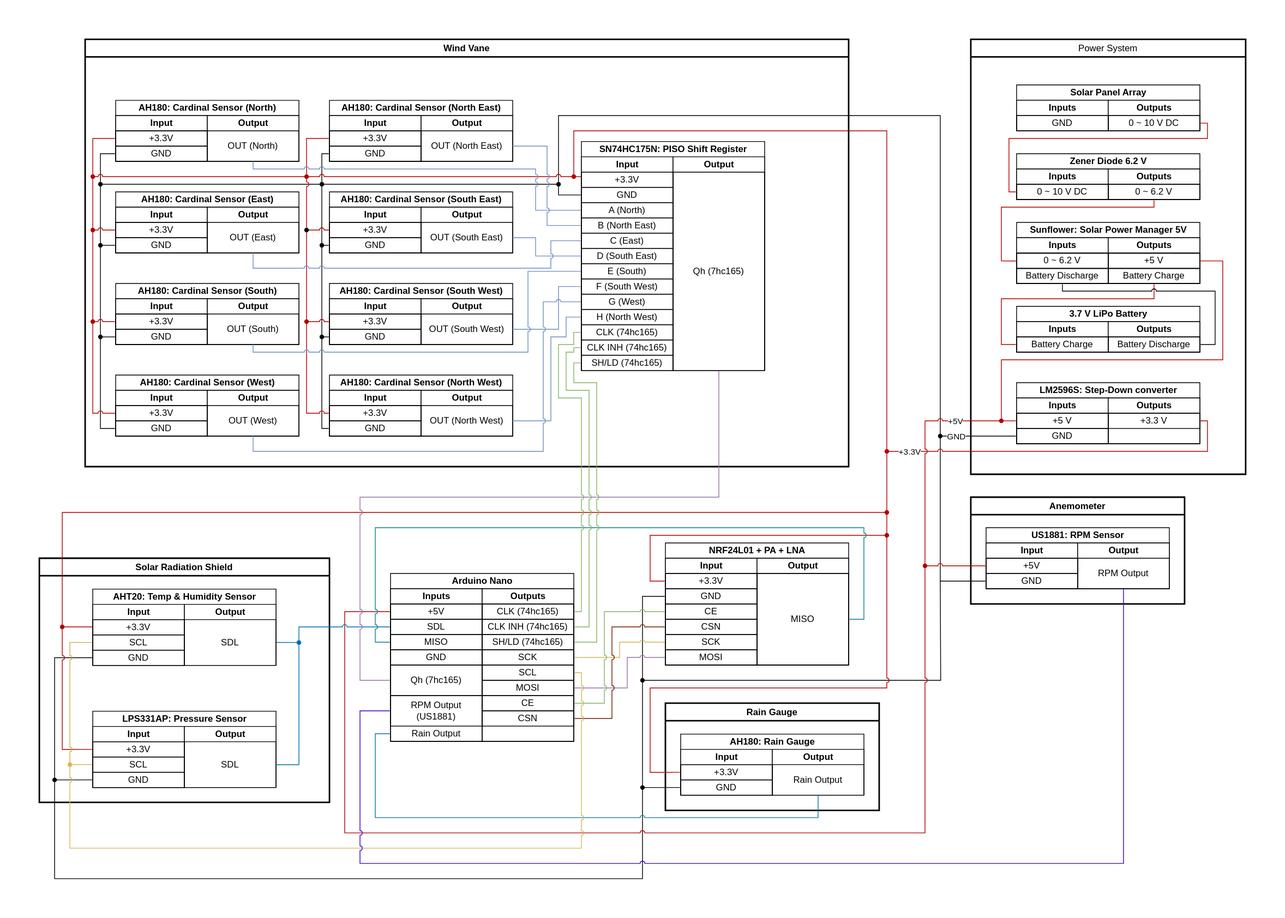
Abdenry/sensorHubProject keeps this draw.io diagram as circuitDiagram.svg. Above is the earlier version. Source tidied: cells renumbered, new cells last; positions are measured from the earlier drawing's top-left corner, leaving out a move shared by most shapes.
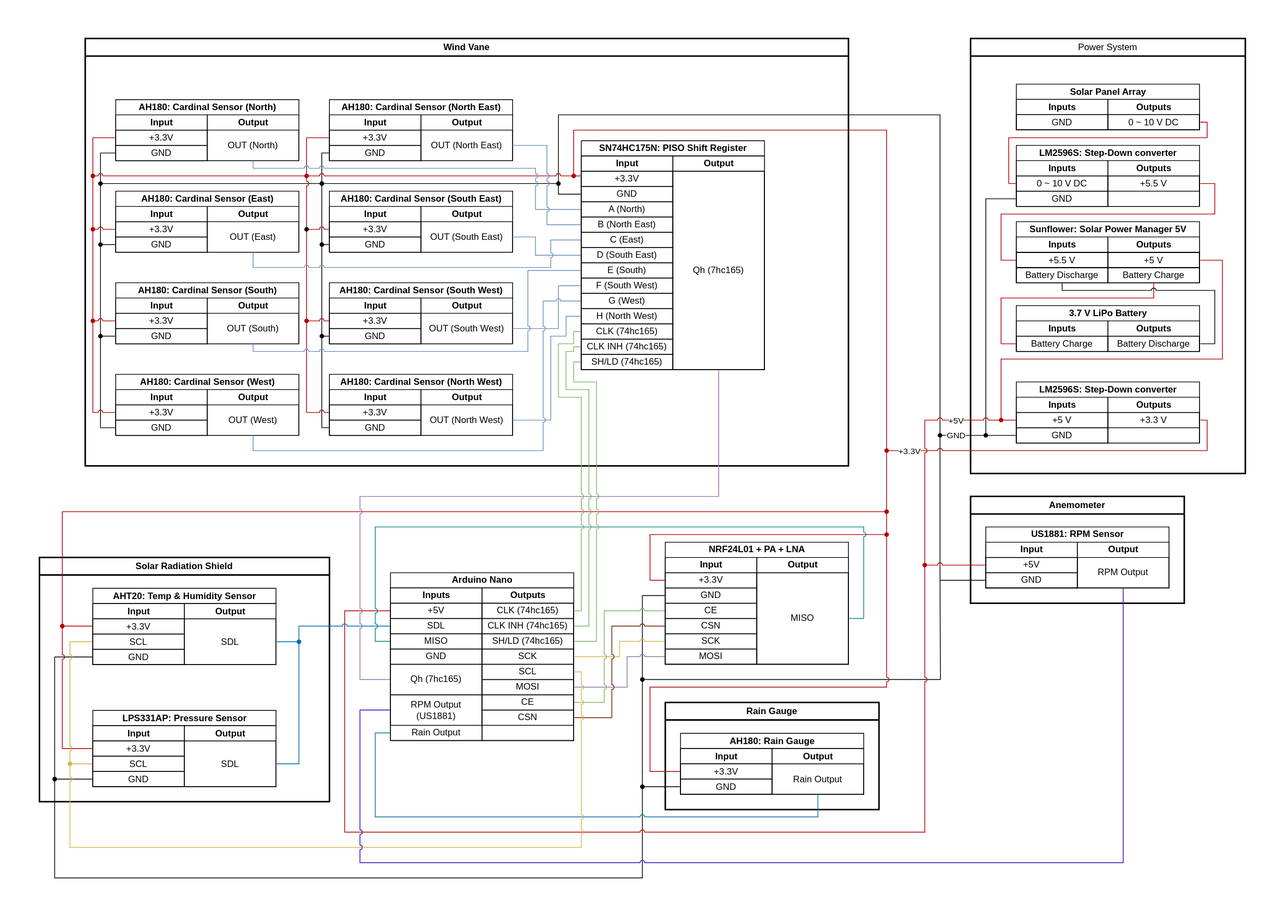
After the change.

What changed in the source:
```diff
@@ -742,7 +742,7 @@
     <mxCell id="197" value="Inputs" style="swimlane;startSize=20;html=1;" parent="196" vertex="1">
       <mxGeometry y="20" width="120" height="60" as="geometry" />
     </mxCell>
-    <mxCell id="198" value="0 ~ 6.2 V" style="text;html=1;align=center;verticalAlign=middle;whiteSpace=wrap;rounded=0;perimeterSpacing=1;strokeColor=default;" parent="197" vertex="1">
+    <mxCell id="198" value="+5.5 V" style="text;html=1;align=center;verticalAlign=middle;whiteSpace=wrap;rounded=0;perimeterSpacing=1;strokeColor=default;" parent="197" vertex="1">
       <mxGeometry y="20.5" width="120" height="20" as="geometry" />
     </mxCell>
     <mxCell id="199" value="Battery Discharge" style="text;html=1;align=center;verticalAlign=middle;whiteSpace=wrap;rounded=0;perimeterSpacing=1;strokeColor=default;" parent="197" vertex="1">
@@ -772,21 +772,6 @@
     <mxCell id="207" value="0 ~ 10 V DC" style="text;html=1;align=center;verticalAlign=middle;whiteSpace=wrap;rounded=0;perimeterSpacing=1;strokeColor=default;" parent="206" vertex="1">
       <mxGeometry y="20" width="120" height="20" as="geometry" />
     </mxCell>
-    <mxCell id="208" value="Zener Diode 6.2 V" style="swimlane;startSize=20;html=1;" parent="195" vertex="1">
-      <mxGeometry x="60" y="150" width="240" height="60" as="geometry" />
-    </mxCell>
-    <mxCell id="209" value="Inputs" style="swimlane;startSize=20;html=1;" parent="208" vertex="1">
-      <mxGeometry y="20" width="120" height="40" as="geometry" />
-    </mxCell>
-    <mxCell id="210" value="0 ~ 10 V DC" style="text;html=1;align=center;verticalAlign=middle;whiteSpace=wrap;rounded=0;perimeterSpacing=1;strokeColor=default;" parent="209" vertex="1">
-      <mxGeometry y="20" width="120" height="20" as="geometry" />
-    </mxCell>
-    <mxCell id="211" value="Outputs" style="swimlane;startSize=20;html=1;" parent="208" vertex="1">
-      <mxGeometry x="120" y="20" width="120" height="40" as="geometry" />
-    </mxCell>
-    <mxCell id="212" value="0 ~ 6.2 V" style="text;html=1;align=center;verticalAlign=middle;whiteSpace=wrap;rounded=0;perimeterSpacing=1;strokeColor=default;" parent="211" vertex="1">
-      <mxGeometry y="20" width="120" height="20" as="geometry" />
-    </mxCell>
     <mxCell id="213" value="LM2596S: Step-Down converter" style="swimlane;startSize=20;html=1;" parent="195" vertex="1">
       <mxGeometry x="60" y="450" width="240" height="80" as="geometry" />
     </mxCell>
@@ -802,9 +787,15 @@
     <mxCell id="217" style="shape=waypoint;sketch=0;fillStyle=solid;size=6;points=[];fillColor=none;perimeter=centerPerimeter;snapToPoint=1;" parent="214" vertex="1">
       <mxGeometry x="-110" y="40" width="20" height="20" as="geometry" />
     </mxCell>
-    <mxCell id="218" style="edgeStyle=orthogonalEdgeStyle;rounded=0;jettySize=auto;html=1;endArrow=none;endFill=0;" parent="214" edge="1" source="216" target="217">
+    <mxCell id="218" style="edgeStyle=orthogonalEdgeStyle;rounded=0;jettySize=auto;html=1;endArrow=none;endFill=0;" parent="214" edge="1" source="267" target="217">
       <mxGeometry relative="1" as="geometry" />
     </mxCell>
+    <mxCell id="267" style="shape=waypoint;sketch=0;fillStyle=solid;size=6;points=[];fillColor=none;perimeter=centerPerimeter;snapToPoint=1;" parent="214" vertex="1">
+      <mxGeometry x="-50" y="40" width="20" height="20" as="geometry" />
+    </mxCell>
+    <mxCell id="268" style="edgeStyle=orthogonalEdgeStyle;rounded=0;jettySize=auto;html=1;endArrow=none;endFill=0;" parent="214" edge="1" source="216" target="267">
+      <mxGeometry relative="1" as="geometry" />
+    </mxCell>
     <mxCell id="219" value="Outputs" style="swimlane;startSize=20;html=1;" parent="213" vertex="1">
       <mxGeometry x="120" y="20" width="120" height="60" as="geometry" />
     </mxCell>
@@ -832,7 +823,7 @@
           <mxPoint x="310" y="110" />
           <mxPoint x="310" y="130" />
           <mxPoint x="50" y="130" />
-          <mxPoint x="50" y="200" />
+          <mxPoint x="50" y="190" />
         </Array>
       </mxGeometry>
     </mxCell>
@@ -854,15 +845,6 @@
         </Array>
       </mxGeometry>
     </mxCell>
-    <mxCell id="229" style="edgeStyle=orthogonalEdgeStyle;rounded=0;jettySize=auto;html=1;entryX=0;entryY=0.5;entryDx=0;entryDy=0;endArrow=none;endFill=0;fillColor=#e51400;strokeColor=#B20000;" parent="195" edge="1" source="212" target="198">
-      <mxGeometry relative="1" as="geometry">
-        <Array as="points">
-          <mxPoint x="240" y="220" />
-          <mxPoint x="40" y="220" />
-          <mxPoint x="40" y="291" />
-        </Array>
-      </mxGeometry>
-    </mxCell>
     <mxCell id="230" style="edgeStyle=orthogonalEdgeStyle;rounded=0;jettySize=auto;html=1;entryX=0;entryY=0.5;entryDx=0;entryDy=0;endArrow=none;endFill=0;fillColor=#e51400;strokeColor=#B20000;" parent="195" edge="1" source="232" target="215">
       <mxGeometry relative="1" as="geometry">
         <Array as="points">
@@ -882,6 +864,41 @@
     <mxCell id="232" style="shape=waypoint;sketch=0;fillStyle=solid;size=6;points=[];fillColor=#e51400;perimeter=centerPerimeter;snapToPoint=1;fontColor=#ffffff;strokeColor=#B20000;" parent="195" vertex="1">
       <mxGeometry x="30" y="490" width="20" height="20" as="geometry" />
     </mxCell>
+    <mxCell id="269" value="LM2596S: Step-Down converter" style="swimlane;startSize=20;html=1;" parent="195" vertex="1">
+      <mxGeometry x="60" y="140" width="240" height="80" as="geometry" />
+    </mxCell>
+    <mxCell id="209" value="Inputs" style="swimlane;startSize=20;html=1;" parent="269" vertex="1">
+      <mxGeometry y="20" width="120" height="60" as="geometry" />
+    </mxCell>
+    <mxCell id="210" value="0 ~ 10 V DC" style="text;html=1;align=center;verticalAlign=middle;whiteSpace=wrap;rounded=0;perimeterSpacing=1;strokeColor=default;" parent="209" vertex="1">
+      <mxGeometry y="20" width="120" height="20" as="geometry" />
+    </mxCell>
+    <mxCell id="270" value="GND" style="text;html=1;align=center;verticalAlign=middle;whiteSpace=wrap;rounded=0;perimeterSpacing=1;strokeColor=default;" parent="209" vertex="1">
+      <mxGeometry y="40" width="120" height="20" as="geometry" />
+    </mxCell>
+    <mxCell id="211" value="Outputs" style="swimlane;startSize=20;html=1;" parent="269" vertex="1">
+      <mxGeometry x="120" y="20" width="120" height="60" as="geometry" />
+    </mxCell>
+    <mxCell id="271" value="+5.5 V" style="text;html=1;align=center;verticalAlign=middle;whiteSpace=wrap;rounded=0;perimeterSpacing=1;strokeColor=default;" parent="211" vertex="1">
+      <mxGeometry y="20" width="120" height="20" as="geometry" />
+    </mxCell>
+    <mxCell id="272" style="edgeStyle=orthogonalEdgeStyle;rounded=0;jettySize=auto;html=1;entryX=0;entryY=0.5;entryDx=0;entryDy=0;endArrow=none;endFill=0;" parent="195" edge="1" source="267" target="270">
+      <mxGeometry relative="1" as="geometry">
+        <Array as="points">
+          <mxPoint x="20" y="210" />
+        </Array>
+      </mxGeometry>
+    </mxCell>
+    <mxCell id="273" style="edgeStyle=orthogonalEdgeStyle;rounded=0;jettySize=auto;html=1;entryX=0;entryY=0.5;entryDx=0;entryDy=0;endArrow=none;endFill=0;fillColor=#e51400;strokeColor=#B20000;" parent="195" edge="1" source="271" target="198">
+      <mxGeometry relative="1" as="geometry">
+        <Array as="points">
+          <mxPoint x="320" y="190" />
+          <mxPoint x="320" y="230" />
+          <mxPoint x="40" y="230" />
+          <mxPoint x="40" y="290" />
+        </Array>
+      </mxGeometry>
+    </mxCell>
     <mxCell id="233" style="edgeStyle=orthogonalEdgeStyle;rounded=0;jettySize=auto;html=1;entryX=1.129;entryY=0.586;entryDx=0;entryDy=0;entryPerimeter=0;endArrow=none;endFill=0;fillColor=#e51400;strokeColor=#B20000;jumpStyle=arc;" parent="1" edge="1" source="232">
       <mxGeometry relative="1" as="geometry">
         <mxPoint x="1160" y="500" as="targetPoint" />
```
